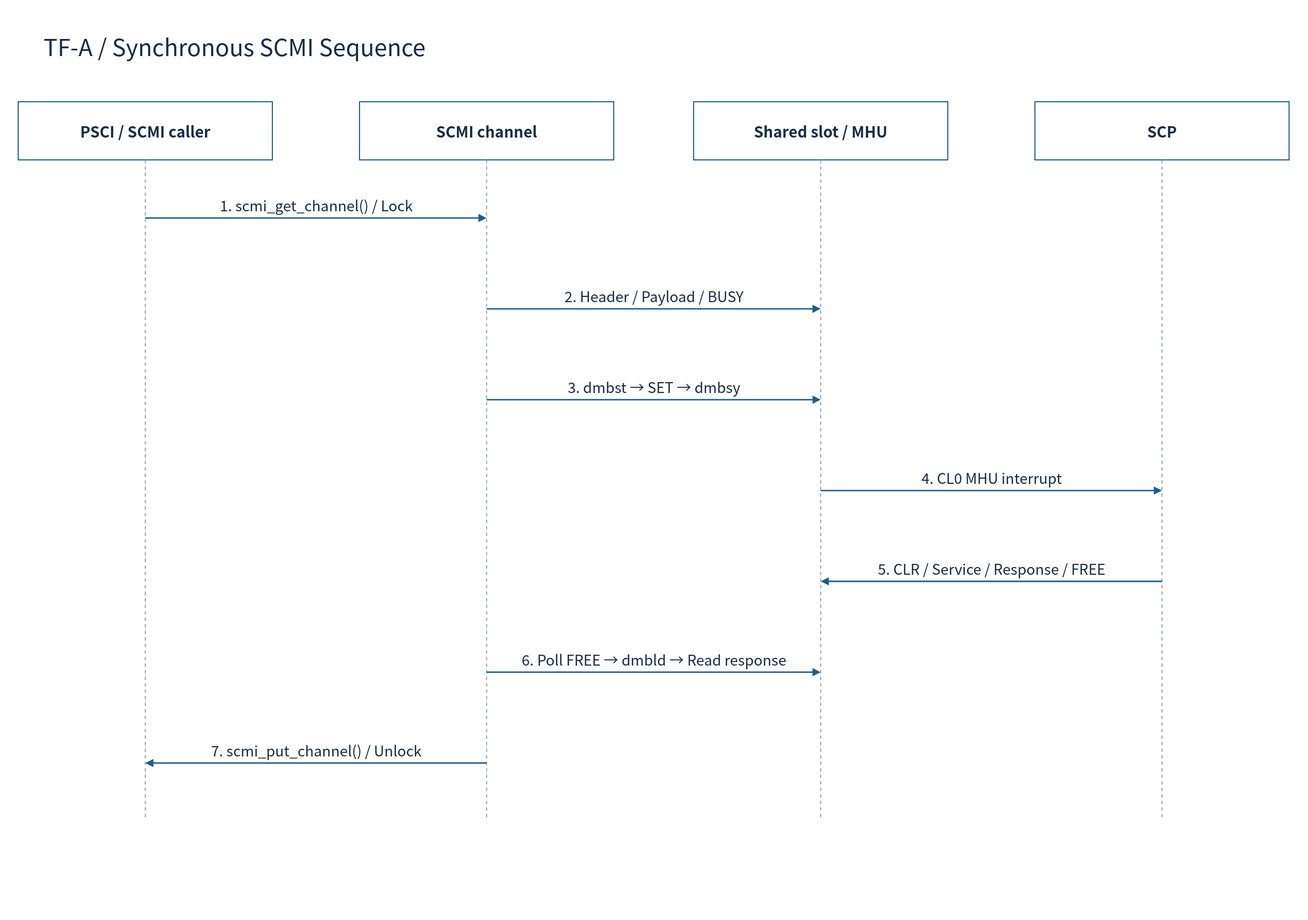
cometzero/project-apollo keeps this draw.io diagram as doc/phase1/mailbox/diagrams/15-tfa-sequence.drawio.svg. Above is the earlier version. Source tidied: cells renumbered, new cells last; positions are measured from the earlier drawing's top-left corner, leaving out a move shared by most shapes.
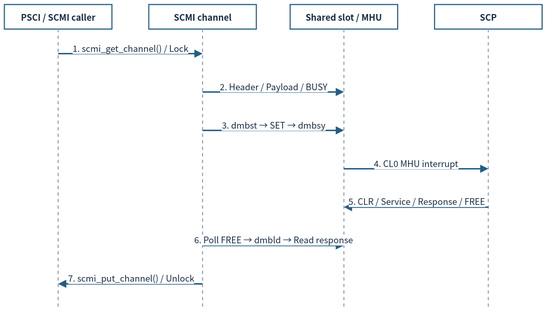
Later version of the same file.

Diff of the diagram source:
```diff
@@ -2,95 +2,89 @@
   <root>
     <mxCell id="0" />
     <mxCell id="1" parent="0" />
-    <mxCell id="2" style="rounded=0;whiteSpace=wrap;html=1;fillColor=#FFFFFF;strokeColor=none;strokeWidth=1.5;fontColor=#172C43;fontFamily=Noto Sans CJK KR;fontSize=22;spacing=10;" parent="1" vertex="1">
-      <mxGeometry width="1800" height="1265" as="geometry" />
-    </mxCell>
-    <mxCell id="3" value="TF-A / Synchronous SCMI Sequence" style="rounded=0;whiteSpace=wrap;html=1;fillColor=#FFFFFF;strokeColor=none;strokeWidth=1.5;fontColor=#172C43;fontFamily=Noto Sans CJK KR;fontSize=22;spacing=10;fontSize=32;align=left;" parent="1" vertex="1">
-      <mxGeometry x="50" y="30" width="1700" height="65" as="geometry" />
-    </mxCell>
-    <mxCell id="4" value="PSCI / SCMI caller" style="rounded=0;whiteSpace=wrap;html=1;fillColor=#FFFFFF;strokeColor=#235D86;strokeWidth=1.5;fontColor=#172C43;fontFamily=Noto Sans CJK KR;fontSize=22;spacing=10;fontStyle=1;fontSize=21;" parent="1" vertex="1">
-      <mxGeometry x="25" y="140" width="350" height="80" as="geometry" />
+    <mxCell id="4" value="PSCI / SCMI caller" style="rounded=0;whiteSpace=wrap;html=1;fillColor=#FFFFFF;strokeColor=#235D86;strokeWidth=1.5;fontColor=#172C43;fontFamily=Noto Sans CJK KR;fontStyle=1;fontSize=12;spacing=3;whiteSpace=wrap;" parent="1" vertex="1">
+      <mxGeometry x="12" y="12" width="148" height="33.8" as="geometry" />
     </mxCell>
-    <mxCell id="5" style="endArrow=none;dashed=1;strokeColor=#94A3B8;strokeWidth=1.5;" parent="1" edge="1">
+    <mxCell id="5" style="endArrow=none;dashed=1;strokeColor=#94A3B8;strokeWidth=1.5;fontSize=12;spacing=3;whiteSpace=nowrap;" parent="1" edge="1">
       <mxGeometry relative="1" as="geometry">
-        <mxPoint x="200" y="220" as="sourcePoint" />
-        <mxPoint x="200" y="1125" as="targetPoint" />
+        <mxPoint x="86" y="45.8" as="sourcePoint" />
+        <mxPoint x="86" y="428.5" as="targetPoint" />
       </mxGeometry>
     </mxCell>
-    <mxCell id="6" value="SCMI channel" style="rounded=0;whiteSpace=wrap;html=1;fillColor=#FFFFFF;strokeColor=#235D86;strokeWidth=1.5;fontColor=#172C43;fontFamily=Noto Sans CJK KR;fontSize=22;spacing=10;fontStyle=1;fontSize=21;" parent="1" vertex="1">
-      <mxGeometry x="495" y="140" width="350" height="80" as="geometry" />
+    <mxCell id="6" value="SCMI channel" style="rounded=0;whiteSpace=wrap;html=1;fillColor=#FFFFFF;strokeColor=#235D86;strokeWidth=1.5;fontColor=#172C43;fontFamily=Noto Sans CJK KR;fontStyle=1;fontSize=12;spacing=3;whiteSpace=wrap;" parent="1" vertex="1">
+      <mxGeometry x="210.7" y="12" width="148" height="33.8" as="geometry" />
     </mxCell>
-    <mxCell id="7" style="endArrow=none;dashed=1;strokeColor=#94A3B8;strokeWidth=1.5;" parent="1" edge="1">
+    <mxCell id="7" style="endArrow=none;dashed=1;strokeColor=#94A3B8;strokeWidth=1.5;fontSize=12;spacing=3;whiteSpace=nowrap;" parent="1" edge="1">
       <mxGeometry relative="1" as="geometry">
-        <mxPoint x="670" y="220" as="sourcePoint" />
-        <mxPoint x="670" y="1125" as="targetPoint" />
+        <mxPoint x="284.7" y="45.8" as="sourcePoint" />
+        <mxPoint x="284.7" y="428.5" as="targetPoint" />
       </mxGeometry>
     </mxCell>
-    <mxCell id="8" value="Shared slot / MHU" style="rounded=0;whiteSpace=wrap;html=1;fillColor=#FFFFFF;strokeColor=#235D86;strokeWidth=1.5;fontColor=#172C43;fontFamily=Noto Sans CJK KR;fontSize=22;spacing=10;fontStyle=1;fontSize=21;" parent="1" vertex="1">
-      <mxGeometry x="955" y="140" width="350" height="80" as="geometry" />
+    <mxCell id="8" value="Shared slot / MHU" style="rounded=0;whiteSpace=wrap;html=1;fillColor=#FFFFFF;strokeColor=#235D86;strokeWidth=1.5;fontColor=#172C43;fontFamily=Noto Sans CJK KR;fontStyle=1;fontSize=12;spacing=3;whiteSpace=wrap;" parent="1" vertex="1">
+      <mxGeometry x="405.3" y="12" width="148" height="33.8" as="geometry" />
     </mxCell>
-    <mxCell id="9" style="endArrow=none;dashed=1;strokeColor=#94A3B8;strokeWidth=1.5;" parent="1" edge="1">
+    <mxCell id="9" style="endArrow=none;dashed=1;strokeColor=#94A3B8;strokeWidth=1.5;fontSize=12;spacing=3;whiteSpace=nowrap;" parent="1" edge="1">
       <mxGeometry relative="1" as="geometry">
-        <mxPoint x="1130" y="220" as="sourcePoint" />
-        <mxPoint x="1130" y="1125" as="targetPoint" />
+        <mxPoint x="479.3" y="45.8" as="sourcePoint" />
+        <mxPoint x="479.3" y="428.5" as="targetPoint" />
       </mxGeometry>
     </mxCell>
-    <mxCell id="10" value="SCP" style="rounded=0;whiteSpace=wrap;html=1;fillColor=#FFFFFF;strokeColor=#235D86;strokeWidth=1.5;fontColor=#172C43;fontFamily=Noto Sans CJK KR;fontSize=22;spacing=10;fontStyle=1;fontSize=21;" parent="1" vertex="1">
-      <mxGeometry x="1425" y="140" width="350" height="80" as="geometry" />
+    <mxCell id="10" value="SCP" style="rounded=0;whiteSpace=wrap;html=1;fillColor=#FFFFFF;strokeColor=#235D86;strokeWidth=1.5;fontColor=#172C43;fontFamily=Noto Sans CJK KR;fontStyle=1;fontSize=12;spacing=3;whiteSpace=wrap;" parent="1" vertex="1">
+      <mxGeometry x="604" y="12" width="148" height="33.8" as="geometry" />
     </mxCell>
-    <mxCell id="11" style="endArrow=none;dashed=1;strokeColor=#94A3B8;strokeWidth=1.5;" parent="1" edge="1">
+    <mxCell id="11" style="endArrow=none;dashed=1;strokeColor=#94A3B8;strokeWidth=1.5;fontSize=12;spacing=3;whiteSpace=nowrap;" parent="1" edge="1">
       <mxGeometry relative="1" as="geometry">
-        <mxPoint x="1600" y="220" as="sourcePoint" />
-        <mxPoint x="1600" y="1125" as="targetPoint" />
+        <mxPoint x="678" y="45.8" as="sourcePoint" />
+        <mxPoint x="678" y="428.5" as="targetPoint" />
       </mxGeometry>
     </mxCell>
-    <mxCell id="12" value="1. scmi_get_channel() / Lock" style="edgeStyle=none;html=1;endArrow=block;endFill=1;strokeColor=#235D86;strokeWidth=2;fontColor=#172C43;fontFamily=Noto Sans CJK KR;fontSize=20;labelBackgroundColor=#FFFFFF;" parent="1" edge="1">
+    <mxCell id="12" value="1. scmi_get_channel() / Lock" style="edgeStyle=none;html=1;endArrow=block;endFill=1;strokeColor=#235D86;strokeWidth=2;fontColor=#172C43;fontFamily=Noto Sans CJK KR;labelBackgroundColor=#FFFFFF;fontSize=12;spacing=3;whiteSpace=nowrap;" parent="1" edge="1">
       <mxGeometry relative="1" as="geometry">
-        <mxPoint x="200" y="300" as="sourcePoint" />
-        <mxPoint x="670" y="300" as="targetPoint" />
-        <mxPoint y="-18" as="offset" />
+        <mxPoint x="86" y="79.7" as="sourcePoint" />
+        <mxPoint x="284.7" y="79.7" as="targetPoint" />
+        <mxPoint y="-7.6" as="offset" />
       </mxGeometry>
     </mxCell>
-    <mxCell id="13" value="2. Header / Payload / BUSY" style="edgeStyle=none;html=1;endArrow=block;endFill=1;strokeColor=#235D86;strokeWidth=2;fontColor=#172C43;fontFamily=Noto Sans CJK KR;fontSize=20;labelBackgroundColor=#FFFFFF;" parent="1" edge="1">
+    <mxCell id="13" value="2. Header / Payload / BUSY" style="edgeStyle=none;html=1;endArrow=block;endFill=1;strokeColor=#235D86;strokeWidth=2;fontColor=#172C43;fontFamily=Noto Sans CJK KR;labelBackgroundColor=#FFFFFF;fontSize=12;spacing=3;whiteSpace=nowrap;" parent="1" edge="1">
       <mxGeometry relative="1" as="geometry">
-        <mxPoint x="670" y="425" as="sourcePoint" />
-        <mxPoint x="1130" y="425" as="targetPoint" />
-        <mxPoint y="-18" as="offset" />
+        <mxPoint x="284.7" y="132.5" as="sourcePoint" />
+        <mxPoint x="479.3" y="132.5" as="targetPoint" />
+        <mxPoint y="-7.6" as="offset" />
       </mxGeometry>
     </mxCell>
-    <mxCell id="14" value="3. dmbst → SET → dmbsy" style="edgeStyle=none;html=1;endArrow=block;endFill=1;strokeColor=#235D86;strokeWidth=2;fontColor=#172C43;fontFamily=Noto Sans CJK KR;fontSize=20;labelBackgroundColor=#FFFFFF;" parent="1" edge="1">
+    <mxCell id="14" value="3. dmbst → SET → dmbsy" style="edgeStyle=none;html=1;endArrow=block;endFill=1;strokeColor=#235D86;strokeWidth=2;fontColor=#172C43;fontFamily=Noto Sans CJK KR;labelBackgroundColor=#FFFFFF;fontSize=12;spacing=3;whiteSpace=nowrap;" parent="1" edge="1">
       <mxGeometry relative="1" as="geometry">
-        <mxPoint x="670" y="550" as="sourcePoint" />
-        <mxPoint x="1130" y="550" as="targetPoint" />
-        <mxPoint y="-18" as="offset" />
+        <mxPoint x="284.7" y="185.4" as="sourcePoint" />
+        <mxPoint x="479.3" y="185.4" as="targetPoint" />
+        <mxPoint y="-7.6" as="offset" />
       </mxGeometry>
     </mxCell>
-    <mxCell id="15" value="4. CL0 MHU interrupt" style="edgeStyle=none;html=1;endArrow=block;endFill=1;strokeColor=#235D86;strokeWidth=2;fontColor=#172C43;fontFamily=Noto Sans CJK KR;fontSize=20;labelBackgroundColor=#FFFFFF;" parent="1" edge="1">
+    <mxCell id="15" value="4. CL0 MHU interrupt" style="edgeStyle=none;html=1;endArrow=block;endFill=1;strokeColor=#235D86;strokeWidth=2;fontColor=#172C43;fontFamily=Noto Sans CJK KR;labelBackgroundColor=#FFFFFF;fontSize=12;spacing=3;whiteSpace=nowrap;" parent="1" edge="1">
       <mxGeometry relative="1" as="geometry">
-        <mxPoint x="1130" y="675" as="sourcePoint" />
-        <mxPoint x="1600" y="675" as="targetPoint" />
-        <mxPoint y="-18" as="offset" />
+        <mxPoint x="479.3" y="238.2" as="sourcePoint" />
+        <mxPoint x="678" y="238.2" as="targetPoint" />
+        <mxPoint y="-7.6" as="offset" />
       </mxGeometry>
     </mxCell>
-    <mxCell id="16" value="5. CLR / Service / Response / FREE" style="edgeStyle=none;html=1;endArrow=block;endFill=1;strokeColor=#235D86;strokeWidth=2;fontColor=#172C43;fontFamily=Noto Sans CJK KR;fontSize=20;labelBackgroundColor=#FFFFFF;" parent="1" edge="1">
+    <mxCell id="16" value="5. CLR / Service / Response / FREE" style="edgeStyle=none;html=1;endArrow=block;endFill=1;strokeColor=#235D86;strokeWidth=2;fontColor=#172C43;fontFamily=Noto Sans CJK KR;labelBackgroundColor=#FFFFFF;fontSize=12;spacing=3;whiteSpace=nowrap;" parent="1" edge="1">
       <mxGeometry relative="1" as="geometry">
-        <mxPoint x="1600" y="800" as="sourcePoint" />
-        <mxPoint x="1130" y="800" as="targetPoint" />
-        <mxPoint y="-18" as="offset" />
+        <mxPoint x="678" y="291.1" as="sourcePoint" />
+        <mxPoint x="479.3" y="291.1" as="targetPoint" />
+        <mxPoint y="-7.6" as="offset" />
       </mxGeometry>
     </mxCell>
-    <mxCell id="17" value="6. Poll FREE → dmbld → Read response" style="edgeStyle=none;html=1;endArrow=block;endFill=1;strokeColor=#235D86;strokeWidth=2;fontColor=#172C43;fontFamily=Noto Sans CJK KR;fontSize=20;labelBackgroundColor=#FFFFFF;" parent="1" edge="1">
+    <mxCell id="17" value="6. Poll FREE → dmbld → Read response" style="edgeStyle=none;html=1;endArrow=block;endFill=1;strokeColor=#235D86;strokeWidth=2;fontColor=#172C43;fontFamily=Noto Sans CJK KR;labelBackgroundColor=#FFFFFF;fontSize=12;spacing=3;whiteSpace=nowrap;" parent="1" edge="1">
       <mxGeometry relative="1" as="geometry">
-        <mxPoint x="670" y="925" as="sourcePoint" />
-        <mxPoint x="1130" y="925" as="targetPoint" />
-        <mxPoint y="-18" as="offset" />
+        <mxPoint x="284.7" y="343.9" as="sourcePoint" />
+        <mxPoint x="479.3" y="343.9" as="targetPoint" />
+        <mxPoint y="-7.6" as="offset" />
       </mxGeometry>
     </mxCell>
-    <mxCell id="18" value="7. scmi_put_channel() / Unlock" style="edgeStyle=none;html=1;endArrow=block;endFill=1;strokeColor=#235D86;strokeWidth=2;fontColor=#172C43;fontFamily=Noto Sans CJK KR;fontSize=20;labelBackgroundColor=#FFFFFF;" parent="1" edge="1">
+    <mxCell id="18" value="7. scmi_put_channel() / Unlock" style="edgeStyle=none;html=1;endArrow=block;endFill=1;strokeColor=#235D86;strokeWidth=2;fontColor=#172C43;fontFamily=Noto Sans CJK KR;labelBackgroundColor=#FFFFFF;fontSize=12;spacing=3;whiteSpace=nowrap;" parent="1" edge="1">
       <mxGeometry relative="1" as="geometry">
-        <mxPoint x="670" y="1050" as="sourcePoint" />
-        <mxPoint x="200" y="1050" as="targetPoint" />
-        <mxPoint y="-18" as="offset" />
+        <mxPoint x="284.7" y="396.8" as="sourcePoint" />
+        <mxPoint x="86" y="396.8" as="targetPoint" />
+        <mxPoint y="-7.6" as="offset" />
       </mxGeometry>
     </mxCell>
   </root>
```
